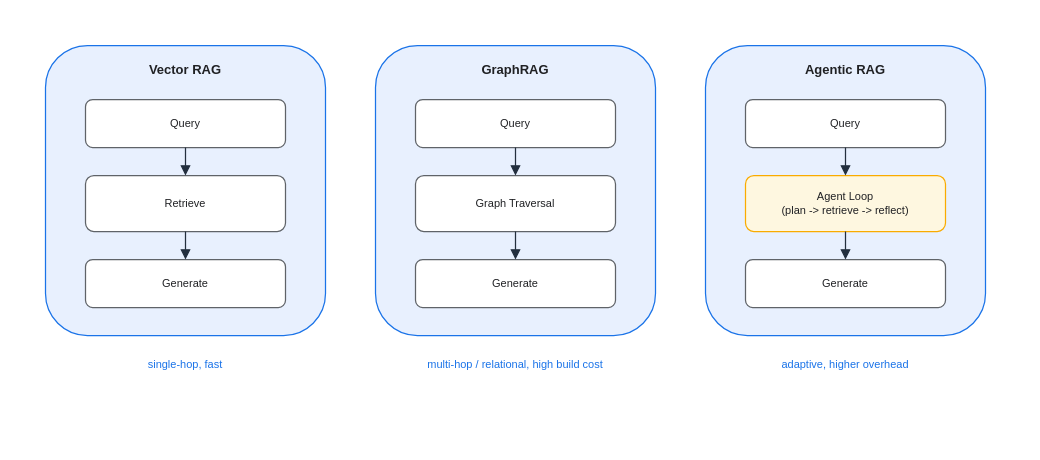
The draw.io diagram assets/img/ai/rag-07-rag-variants.drawio in KKamJi98/kkamji98.github.io, before the edit. Source tidied: cells renumbered, new cells numbered last; positions are measured from the earlier drawing's top-left corner, leaving out a move shared by most shapes. Both pictures are drawn from the tidied source at 100%, with x=0, y=0 at pixel (45, 45).
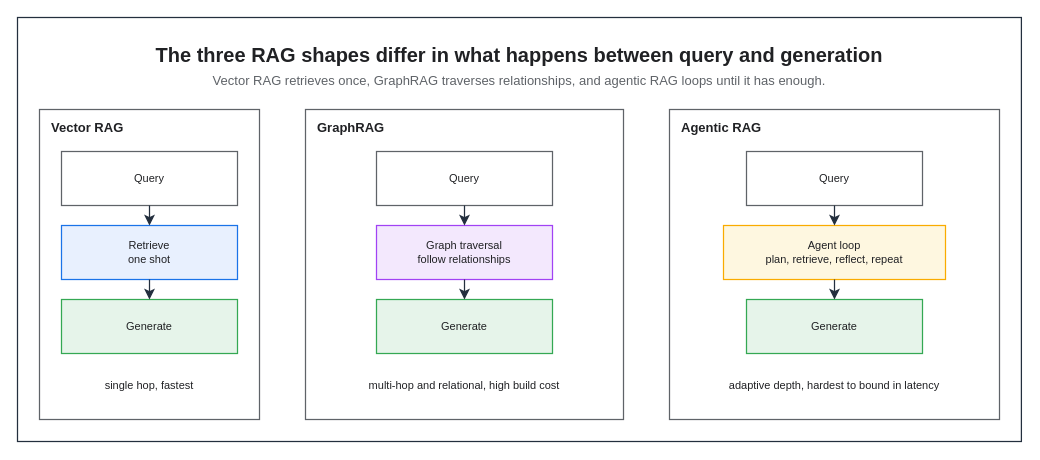
Above is the later version.

The edit, as a diff of the source:
```diff
@@
+    <mxCell id="23" style="rounded=0;html=0;fillColor=none;strokeColor=#232F3E;fontColor=#202124;strokeWidth=1.25;" parent="1" vertex="1">
+      <mxGeometry x="-28" y="-28" width="1003.9" height="424" as="geometry" />
+    </mxCell>
+    <mxCell id="24" value="The three RAG shapes differ in what happens between query and generation" style="text;html=0;whiteSpace=wrap;fillColor=none;strokeColor=none;fontColor=#202124;fontSize=20;fontStyle=1;align=center;verticalAlign=middle;" parent="1" vertex="1">
+      <mxGeometry x="-6" y="-6" width="959.9" height="30" as="geometry" />
+    </mxCell>
+    <mxCell id="25" value="Vector RAG retrieves once, GraphRAG traverses relationships, and agentic RAG loops until it has enough." style="text;html=0;whiteSpace=wrap;fillColor=none;strokeColor=none;fontColor=#5F6368;fontSize=13;fontStyle=0;align=center;verticalAlign=middle;" parent="1" vertex="1">
+      <mxGeometry x="-6" y="24" width="959.9" height="22" as="geometry" />
+    </mxCell>
-    <mxCell id="2" value="Vector RAG" style="rounded=1;html=0;fillColor=#E8F0FE;strokeColor=#1A73E8;verticalAlign=top;align=center;fontStyle=1;fontSize=13;fontColor=#202124;spacingTop=10;shadow=0;strokeWidth=1.25;" parent="1" vertex="1">
-      <mxGeometry width="280" height="290" as="geometry" />
+    <mxCell id="2" value="Vector RAG" style="rounded=0;whiteSpace=wrap;html=0;fillColor=none;strokeColor=#5F6368;fontColor=#202124;fontSize=13;fontStyle=1;align=left;verticalAlign=top;spacingLeft=10;spacingTop=4;strokeWidth=1.25;dashed=0;" parent="1" vertex="1">
+      <mxGeometry x="-6" y="64" width="220" height="310" as="geometry" />
     </mxCell>
+    <mxCell id="7" value="GraphRAG" style="rounded=0;whiteSpace=wrap;html=0;fillColor=none;strokeColor=#5F6368;fontColor=#202124;fontSize=13;fontStyle=1;align=left;verticalAlign=top;spacingLeft=10;spacingTop=4;strokeWidth=1.25;dashed=0;" parent="1" vertex="1">
+      <mxGeometry x="260" y="64" width="318" height="310" as="geometry" />
+    </mxCell>
+    <mxCell id="12" value="Agentic RAG" style="rounded=0;whiteSpace=wrap;html=0;fillColor=none;strokeColor=#5F6368;fontColor=#202124;fontSize=13;fontStyle=1;align=left;verticalAlign=top;spacingLeft=10;spacingTop=4;strokeWidth=1.25;dashed=0;" parent="1" vertex="1">
+      <mxGeometry x="624" y="64" width="330" height="310" as="geometry" />
+    </mxCell>
-    <mxCell id="3" value="Query" style="rounded=1;whiteSpace=wrap;html=0;fillColor=#FFFFFF;strokeColor=#5F6368;shadow=0;fontSize=11;fontColor=#202124;strokeWidth=1.25;" parent="1" vertex="1">
-      <mxGeometry x="40" y="54" width="200" height="48" as="geometry" />
+    <mxCell id="3" value="Query" style="rounded=0;whiteSpace=wrap;html=0;fillColor=#FFFFFF;strokeColor=#5F6368;fontColor=#202124;fontSize=11;fontStyle=0;align=center;verticalAlign=middle;spacingLeft=6;spacingRight=6;strokeWidth=1.25;" parent="1" vertex="1">
+      <mxGeometry x="16" y="106" width="176" height="54" as="geometry" />
     </mxCell>
-    <mxCell id="4" value="Retrieve" style="rounded=1;whiteSpace=wrap;html=0;fillColor=#FFFFFF;strokeColor=#5F6368;shadow=0;fontSize=11;fontColor=#202124;strokeWidth=1.25;" parent="1" vertex="1">
-      <mxGeometry x="40" y="130" width="200" height="56" as="geometry" />
+    <mxCell id="4" value="Retrieve&#10;one shot" style="rounded=0;whiteSpace=wrap;html=0;fillColor=#E8F0FE;strokeColor=#1A73E8;fontColor=#202124;fontSize=11;fontStyle=0;align=center;verticalAlign=middle;spacingLeft=6;spacingRight=6;strokeWidth=1.25;" parent="1" vertex="1">
+      <mxGeometry x="16" y="180" width="176" height="54" as="geometry" />
     </mxCell>
-    <mxCell id="5" value="Generate" style="rounded=1;whiteSpace=wrap;html=0;fillColor=#FFFFFF;strokeColor=#5F6368;shadow=0;fontSize=11;fontColor=#202124;strokeWidth=1.25;" parent="1" vertex="1">
-      <mxGeometry x="40" y="214" width="200" height="48" as="geometry" />
+    <mxCell id="5" value="Generate" style="rounded=0;whiteSpace=wrap;html=0;fillColor=#E6F4EA;strokeColor=#34A853;fontColor=#202124;fontSize=11;fontStyle=0;align=center;verticalAlign=middle;spacingLeft=6;spacingRight=6;strokeWidth=1.25;" parent="1" vertex="1">
+      <mxGeometry x="16" y="254" width="176" height="54" as="geometry" />
     </mxCell>
-    <mxCell id="6" value="single-hop, fast" style="text;html=0;align=center;fontSize=11;fontColor=#1A73E8;" parent="1" vertex="1">
-      <mxGeometry y="306" width="280" height="24" as="geometry" />
+    <mxCell id="6" value="single hop, fastest" style="text;html=0;whiteSpace=wrap;fillColor=none;strokeColor=none;fontColor=#202124;fontSize=11;fontStyle=0;align=center;verticalAlign=middle;" parent="1" vertex="1">
+      <mxGeometry x="16" y="328" width="176" height="24" as="geometry" />
     </mxCell>
-    <mxCell id="7" value="GraphRAG" style="rounded=1;html=0;fillColor=#E8F0FE;strokeColor=#1A73E8;verticalAlign=top;align=center;fontStyle=1;fontSize=13;fontColor=#202124;spacingTop=10;shadow=0;strokeWidth=1.25;" parent="1" vertex="1">
-      <mxGeometry x="330" width="280" height="290" as="geometry" />
-    </mxCell>
-    <mxCell id="8" value="Query" style="rounded=1;whiteSpace=wrap;html=0;fillColor=#FFFFFF;strokeColor=#5F6368;shadow=0;fontSize=11;fontColor=#202124;strokeWidth=1.25;" parent="1" vertex="1">
-      <mxGeometry x="370" y="54" width="200" height="48" as="geometry" />
+    <mxCell id="8" value="Query" style="rounded=0;whiteSpace=wrap;html=0;fillColor=#FFFFFF;strokeColor=#5F6368;fontColor=#202124;fontSize=11;fontStyle=0;align=center;verticalAlign=middle;spacingLeft=6;spacingRight=6;strokeWidth=1.25;" parent="1" vertex="1">
+      <mxGeometry x="331" y="106" width="176" height="54" as="geometry" />
     </mxCell>
-    <mxCell id="9" value="Graph Traversal" style="rounded=1;whiteSpace=wrap;html=0;fillColor=#FFFFFF;strokeColor=#5F6368;shadow=0;fontSize=11;fontColor=#202124;strokeWidth=1.25;" parent="1" vertex="1">
-      <mxGeometry x="370" y="130" width="200" height="56" as="geometry" />
+    <mxCell id="9" value="Graph traversal&#10;follow relationships" style="rounded=0;whiteSpace=wrap;html=0;fillColor=#F3E8FD;strokeColor=#A142F4;fontColor=#202124;fontSize=11;fontStyle=0;align=center;verticalAlign=middle;spacingLeft=6;spacingRight=6;strokeWidth=1.25;" parent="1" vertex="1">
+      <mxGeometry x="331" y="180" width="176" height="54" as="geometry" />
     </mxCell>
-    <mxCell id="10" value="Generate" style="rounded=1;whiteSpace=wrap;html=0;fillColor=#FFFFFF;strokeColor=#5F6368;shadow=0;fontSize=11;fontColor=#202124;strokeWidth=1.25;" parent="1" vertex="1">
-      <mxGeometry x="370" y="214" width="200" height="48" as="geometry" />
+    <mxCell id="10" value="Generate" style="rounded=0;whiteSpace=wrap;html=0;fillColor=#E6F4EA;strokeColor=#34A853;fontColor=#202124;fontSize=11;fontStyle=0;align=center;verticalAlign=middle;spacingLeft=6;spacingRight=6;strokeWidth=1.25;" parent="1" vertex="1">
+      <mxGeometry x="331" y="254" width="176" height="54" as="geometry" />
     </mxCell>
-    <mxCell id="11" value="multi-hop / relational, high build cost" style="text;html=0;align=center;fontSize=11;fontColor=#1A73E8;" parent="1" vertex="1">
-      <mxGeometry x="330" y="306" width="280" height="24" as="geometry" />
+    <mxCell id="11" value="multi-hop and relational, high build cost" style="text;html=0;whiteSpace=wrap;fillColor=none;strokeColor=none;fontColor=#202124;fontSize=11;fontStyle=0;align=center;verticalAlign=middle;" parent="1" vertex="1">
+      <mxGeometry x="282" y="328" width="274" height="24" as="geometry" />
     </mxCell>
-    <mxCell id="12" value="Agentic RAG" style="rounded=1;html=0;fillColor=#E8F0FE;strokeColor=#1A73E8;verticalAlign=top;align=center;fontStyle=1;fontSize=13;fontColor=#202124;spacingTop=10;shadow=0;strokeWidth=1.25;" parent="1" vertex="1">
-      <mxGeometry x="660" width="280" height="290" as="geometry" />
-    </mxCell>
-    <mxCell id="13" value="Query" style="rounded=1;whiteSpace=wrap;html=0;fillColor=#FFFFFF;strokeColor=#5F6368;shadow=0;fontSize=11;fontColor=#202124;strokeWidth=1.25;" parent="1" vertex="1">
-      <mxGeometry x="700" y="54" width="200" height="48" as="geometry" />
+    <mxCell id="13" value="Query" style="rounded=0;whiteSpace=wrap;html=0;fillColor=#FFFFFF;strokeColor=#5F6368;fontColor=#202124;fontSize=11;fontStyle=0;align=center;verticalAlign=middle;spacingLeft=6;spacingRight=6;strokeWidth=1.25;" parent="1" vertex="1">
+      <mxGeometry x="701" y="106" width="176" height="54" as="geometry" />
     </mxCell>
-    <mxCell id="14" value="Agent Loop&#10;(plan -&gt; retrieve -&gt; reflect)" style="rounded=1;whiteSpace=wrap;html=0;fillColor=#FEF7E0;strokeColor=#F9AB00;shadow=0;fontSize=11;fontColor=#202124;strokeWidth=1.25;" parent="1" vertex="1">
-      <mxGeometry x="700" y="130" width="200" height="56" as="geometry" />
+    <mxCell id="14" value="Agent loop&#10;plan, retrieve, reflect, repeat" style="rounded=0;whiteSpace=wrap;html=0;fillColor=#FEF7E0;strokeColor=#F9AB00;fontColor=#202124;fontSize=11;fontStyle=0;align=center;verticalAlign=middle;spacingLeft=6;spacingRight=6;strokeWidth=1.25;" parent="1" vertex="1">
+      <mxGeometry x="678" y="180" width="222" height="54" as="geometry" />
     </mxCell>
-    <mxCell id="15" value="Generate" style="rounded=1;whiteSpace=wrap;html=0;fillColor=#FFFFFF;strokeColor=#5F6368;shadow=0;fontSize=11;fontColor=#202124;strokeWidth=1.25;" parent="1" vertex="1">
-      <mxGeometry x="700" y="214" width="200" height="48" as="geometry" />
+    <mxCell id="15" value="Generate" style="rounded=0;whiteSpace=wrap;html=0;fillColor=#E6F4EA;strokeColor=#34A853;fontColor=#202124;fontSize=11;fontStyle=0;align=center;verticalAlign=middle;spacingLeft=6;spacingRight=6;strokeWidth=1.25;" parent="1" vertex="1">
+      <mxGeometry x="701" y="254" width="176" height="54" as="geometry" />
     </mxCell>
-    <mxCell id="16" value="adaptive, higher overhead" style="text;html=0;align=center;fontSize=11;fontColor=#1A73E8;" parent="1" vertex="1">
-      <mxGeometry x="660" y="306" width="280" height="24" as="geometry" />
+    <mxCell id="16" value="adaptive depth, hardest to bound in latency" style="text;html=0;whiteSpace=wrap;fillColor=none;strokeColor=none;fontColor=#202124;fontSize=11;fontStyle=0;align=center;verticalAlign=middle;" parent="1" vertex="1">
+      <mxGeometry x="646" y="328" width="286" height="24" as="geometry" />
     </mxCell>
-    <mxCell id="17" style="edgeStyle=orthogonalEdgeStyle;rounded=1;html=0;endArrow=block;strokeColor=#232F3E;strokeWidth=1.25;fontColor=#202124;exitX=0.5;exitY=1;exitDx=0;exitDy=0;entryX=0.5;entryY=0;entryDx=0;entryDy=0;endSize=7;" parent="1" edge="1" source="3" target="4">
+    <mxCell id="17" style="edgeStyle=orthogonalEdgeStyle;rounded=0;html=0;strokeColor=#232F3E;strokeWidth=1.25;endArrow=classic;endFill=1;endSize=7;fontSize=11;fontColor=#202124;labelBackgroundColor=none;jettySize=14;exitX=0.5;exitY=1;entryX=0.5;entryY=0;exitDx=0;exitDy=0;entryDx=0;entryDy=0;" parent="1" edge="1" source="3" target="4">
       <mxGeometry relative="1" as="geometry" />
     </mxCell>
-    <mxCell id="18" style="edgeStyle=orthogonalEdgeStyle;rounded=1;html=0;endArrow=block;strokeColor=#232F3E;strokeWidth=1.25;fontColor=#202124;exitX=0.5;exitY=1;exitDx=0;exitDy=0;entryX=0.5;entryY=0;entryDx=0;entryDy=0;endSize=7;" parent="1" edge="1" source="4" target="5">
+    <mxCell id="18" style="edgeStyle=orthogonalEdgeStyle;rounded=0;html=0;strokeColor=#232F3E;strokeWidth=1.25;endArrow=classic;endFill=1;endSize=7;fontSize=11;fontColor=#202124;labelBackgroundColor=none;jettySize=14;exitX=0.5;exitY=1;entryX=0.5;entryY=0;exitDx=0;exitDy=0;entryDx=0;entryDy=0;" parent="1" edge="1" source="4" target="5">
       <mxGeometry relative="1" as="geometry" />
     </mxCell>
-    <mxCell id="19" style="edgeStyle=orthogonalEdgeStyle;rounded=1;html=0;endArrow=block;strokeColor=#232F3E;strokeWidth=1.25;fontColor=#202124;exitX=0.5;exitY=1;exitDx=0;exitDy=0;entryX=0.5;entryY=0;entryDx=0;entryDy=0;endSize=7;" parent="1" edge="1" source="8" target="9">
+    <mxCell id="19" style="edgeStyle=orthogonalEdgeStyle;rounded=0;html=0;strokeColor=#232F3E;strokeWidth=1.25;endArrow=classic;endFill=1;endSize=7;fontSize=11;fontColor=#202124;labelBackgroundColor=none;jettySize=14;exitX=0.5;exitY=1;entryX=0.5;entryY=0;exitDx=0;exitDy=0;entryDx=0;entryDy=0;" parent="1" edge="1" source="8" target="9">
       <mxGeometry relative="1" as="geometry" />
     </mxCell>
-    <mxCell id="20" style="edgeStyle=orthogonalEdgeStyle;rounded=1;html=0;endArrow=block;strokeColor=#232F3E;strokeWidth=1.25;fontColor=#202124;exitX=0.5;exitY=1;exitDx=0;exitDy=0;entryX=0.5;entryY=0;entryDx=0;entryDy=0;endSize=7;" parent="1" edge="1" source="9" target="10">
+    <mxCell id="20" style="edgeStyle=orthogonalEdgeStyle;rounded=0;html=0;strokeColor=#232F3E;strokeWidth=1.25;endArrow=classic;endFill=1;endSize=7;fontSize=11;fontColor=#202124;labelBackgroundColor=none;jettySize=14;exitX=0.5;exitY=1;entryX=0.5;entryY=0;exitDx=0;exitDy=0;entryDx=0;entryDy=0;" parent="1" edge="1" source="9" target="10">
       <mxGeometry relative="1" as="geometry" />
     </mxCell>
-    <mxCell id="21" style="edgeStyle=orthogonalEdgeStyle;rounded=1;html=0;endArrow=block;strokeColor=#232F3E;strokeWidth=1.25;fontColor=#202124;exitX=0.5;exitY=1;exitDx=0;exitDy=0;entryX=0.5;entryY=0;entryDx=0;entryDy=0;endSize=7;" parent="1" edge="1" source="13" target="14">
+    <mxCell id="21" style="edgeStyle=orthogonalEdgeStyle;rounded=0;html=0;strokeColor=#232F3E;strokeWidth=1.25;endArrow=classic;endFill=1;endSize=7;fontSize=11;fontColor=#202124;labelBackgroundColor=none;jettySize=14;exitX=0.5;exitY=1;entryX=0.5;entryY=0;exitDx=0;exitDy=0;entryDx=0;entryDy=0;" parent="1" edge="1" source="13" target="14">
       <mxGeometry relative="1" as="geometry" />
     </mxCell>
-    <mxCell id="22" style="edgeStyle=orthogonalEdgeStyle;rounded=1;html=0;endArrow=block;strokeColor=#232F3E;strokeWidth=1.25;fontColor=#202124;exitX=0.5;exitY=1;exitDx=0;exitDy=0;entryX=0.5;entryY=0;entryDx=0;entryDy=0;endSize=7;" parent="1" edge="1" source="14" target="15">
+    <mxCell id="22" style="edgeStyle=orthogonalEdgeStyle;rounded=0;html=0;strokeColor=#232F3E;strokeWidth=1.25;endArrow=classic;endFill=1;endSize=7;fontSize=11;fontColor=#202124;labelBackgroundColor=none;jettySize=14;exitX=0.5;exitY=1;entryX=0.5;entryY=0;exitDx=0;exitDy=0;entryDx=0;entryDy=0;" parent="1" edge="1" source="14" target="15">
       <mxGeometry relative="1" as="geometry" />
     </mxCell>
```
